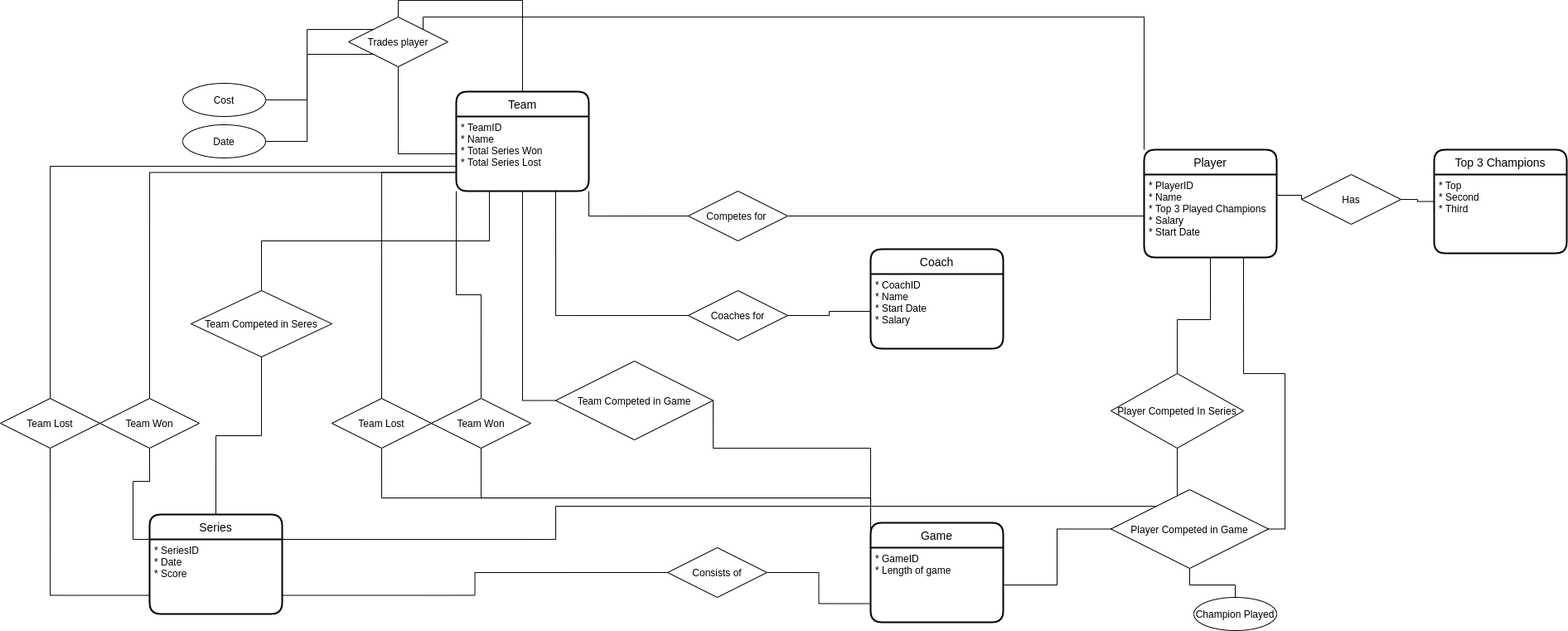
Earlier version of the draw.io export A1.png (JosephBrooksbank/databasesW2021). Source tidied: cells renumbered, new cells last; positions are measured from the earlier drawing's top-left corner, leaving out a move shared by most shapes.
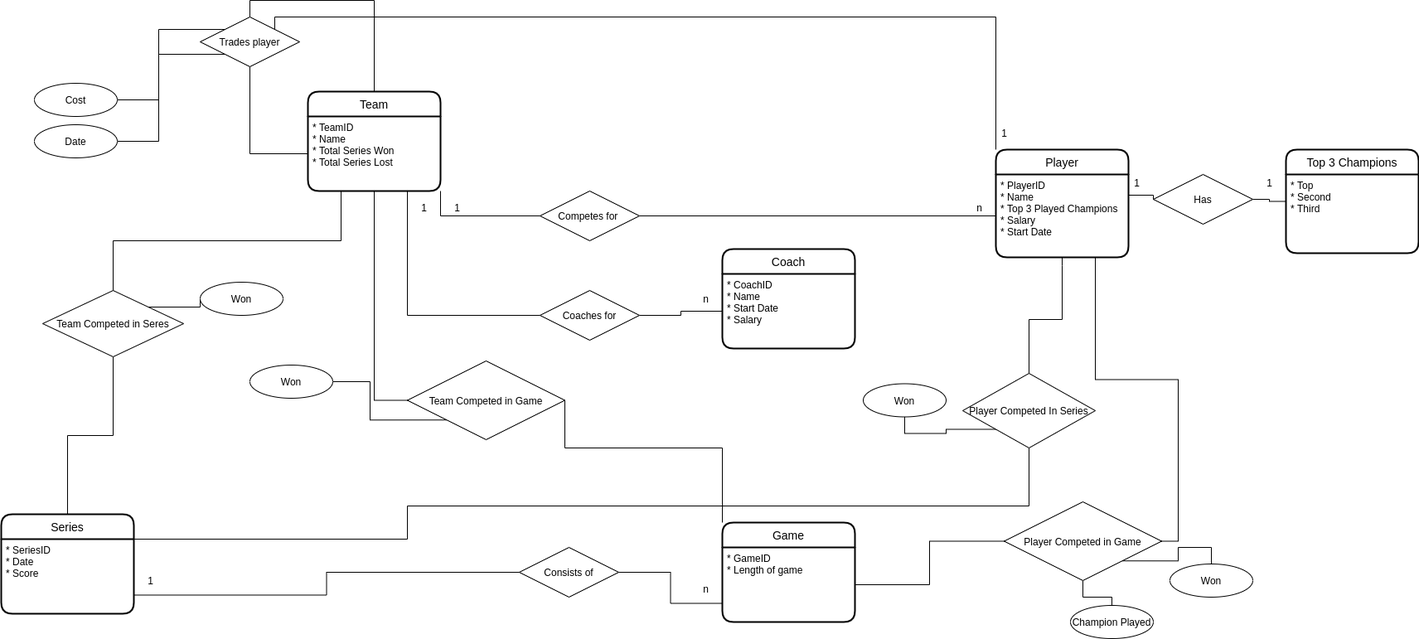
After the commit.

Change to the diagram source:
```diff
@@ -79,6 +79,9 @@
     <mxCell id="25" style="edgeStyle=orthogonalEdgeStyle;rounded=0;jettySize=auto;html=1;exitX=0.5;exitY=1;exitDx=0;exitDy=0;entryX=0.5;entryY=0;entryDx=0;entryDy=0;endArrow=none;endFill=0;" parent="1" edge="1" source="26" target="23">
       <mxGeometry relative="1" as="geometry" />
     </mxCell>
+    <mxCell id="62" style="edgeStyle=orthogonalEdgeStyle;rounded=0;jettySize=auto;html=1;exitX=1;exitY=0;exitDx=0;exitDy=0;entryX=0;entryY=0.5;entryDx=0;entryDy=0;endArrow=none;endFill=0;" parent="1" edge="1" source="26" target="75">
+      <mxGeometry relative="1" as="geometry" />
+    </mxCell>
     <mxCell id="26" value="Team Competed in Seres" style="shape=rhombus;perimeter=rhombusPerimeter;whiteSpace=wrap;html=1;align=center;" parent="1" vertex="1">
       <mxGeometry x="230" y="330" width="170" height="80" as="geometry" />
     </mxCell>
@@ -109,6 +112,9 @@
         </Array>
       </mxGeometry>
     </mxCell>
+    <mxCell id="63" style="edgeStyle=orthogonalEdgeStyle;rounded=0;jettySize=auto;html=1;exitX=0;exitY=1;exitDx=0;exitDy=0;entryX=0.5;entryY=1;entryDx=0;entryDy=0;endArrow=none;endFill=0;" parent="1" edge="1" source="34" target="76">
+      <mxGeometry relative="1" as="geometry" />
+    </mxCell>
     <mxCell id="34" value="Player Competed In Series" style="shape=rhombus;perimeter=rhombusPerimeter;whiteSpace=wrap;html=1;align=center;" parent="1" vertex="1">
       <mxGeometry x="1340" y="430" width="160" height="90" as="geometry" />
     </mxCell>
@@ -130,6 +136,9 @@
         </Array>
       </mxGeometry>
     </mxCell>
+    <mxCell id="64" style="edgeStyle=orthogonalEdgeStyle;rounded=0;jettySize=auto;html=1;exitX=0;exitY=1;exitDx=0;exitDy=0;entryX=1;entryY=0.5;entryDx=0;entryDy=0;endArrow=none;endFill=0;" parent="1" edge="1" source="38" target="74">
+      <mxGeometry relative="1" as="geometry" />
+    </mxCell>
     <mxCell id="38" value="Team Competed in Game" style="shape=rhombus;perimeter=rhombusPerimeter;whiteSpace=wrap;html=1;align=center;" parent="1" vertex="1">
       <mxGeometry x="670" y="415" width="190" height="95" as="geometry" />
     </mxCell>
@@ -142,8 +151,11 @@
     <mxCell id="41" style="edgeStyle=orthogonalEdgeStyle;rounded=0;jettySize=auto;html=1;exitX=0.5;exitY=1;exitDx=0;exitDy=0;entryX=0.5;entryY=0;entryDx=0;entryDy=0;endArrow=none;endFill=0;" parent="1" edge="1" source="42" target="55">
       <mxGeometry relative="1" as="geometry" />
     </mxCell>
+    <mxCell id="65" style="edgeStyle=orthogonalEdgeStyle;rounded=0;jettySize=auto;html=1;exitX=1;exitY=1;exitDx=0;exitDy=0;entryX=0.5;entryY=0;entryDx=0;entryDy=0;endArrow=none;endFill=0;" parent="1" edge="1" source="42" target="77">
+      <mxGeometry relative="1" as="geometry" />
+    </mxCell>
     <mxCell id="42" value="Player Competed in Game" style="shape=rhombus;perimeter=rhombusPerimeter;whiteSpace=wrap;html=1;align=center;" parent="1" vertex="1">
-      <mxGeometry x="1340" y="570" width="190" height="95" as="geometry" />
+      <mxGeometry x="1390" y="585" width="190" height="95" as="geometry" />
     </mxCell>
     <mxCell id="43" style="edgeStyle=orthogonalEdgeStyle;rounded=0;jettySize=auto;html=1;exitX=0.75;exitY=1;exitDx=0;exitDy=0;entryX=1;entryY=0.5;entryDx=0;entryDy=0;endArrow=none;endFill=0;" parent="1" edge="1" source="8" target="42">
       <mxGeometry relative="1" as="geometry" />
@@ -163,51 +175,47 @@
     <mxCell id="48" style="edgeStyle=orthogonalEdgeStyle;rounded=0;jettySize=auto;html=1;exitX=1;exitY=0.25;exitDx=0;exitDy=0;entryX=0;entryY=0.5;entryDx=0;entryDy=0;endArrow=none;endFill=0;" parent="1" edge="1" source="8" target="45">
       <mxGeometry relative="1" as="geometry" />
     </mxCell>
-    <mxCell id="49" style="edgeStyle=orthogonalEdgeStyle;rounded=0;jettySize=auto;html=1;exitX=0.5;exitY=1;exitDx=0;exitDy=0;entryX=0;entryY=0;entryDx=0;entryDy=0;endArrow=none;endFill=0;" parent="1" edge="1" source="50" target="31">
-      <mxGeometry relative="1" as="geometry" />
-    </mxCell>
-    <mxCell id="50" value="Team Won" style="shape=rhombus;perimeter=rhombusPerimeter;whiteSpace=wrap;html=1;align=center;" parent="1" vertex="1">
-      <mxGeometry x="520" y="460" width="120" height="60" as="geometry" />
-    </mxCell>
-    <mxCell id="51" style="edgeStyle=orthogonalEdgeStyle;rounded=0;jettySize=auto;html=1;exitX=0.5;exitY=1;exitDx=0;exitDy=0;endArrow=none;endFill=0;" parent="1" edge="1" source="52">
-      <mxGeometry relative="1" as="geometry">
-        <mxPoint x="1050" y="640" as="targetPoint" />
-      </mxGeometry>
-    </mxCell>
-    <mxCell id="52" value="Team Lost" style="shape=rhombus;perimeter=rhombusPerimeter;whiteSpace=wrap;html=1;align=center;" parent="1" vertex="1">
-      <mxGeometry x="400" y="460" width="120" height="60" as="geometry" />
-    </mxCell>
-    <mxCell id="53" style="edgeStyle=orthogonalEdgeStyle;rounded=0;jettySize=auto;html=1;exitX=0;exitY=1;exitDx=0;exitDy=0;entryX=0.5;entryY=0;entryDx=0;entryDy=0;endArrow=none;endFill=0;" parent="1" edge="1" source="5" target="50">
-      <mxGeometry relative="1" as="geometry" />
-    </mxCell>
-    <mxCell id="54" style="edgeStyle=orthogonalEdgeStyle;rounded=0;jettySize=auto;html=1;exitX=0;exitY=0.75;exitDx=0;exitDy=0;entryX=0.5;entryY=0;entryDx=0;entryDy=0;endArrow=none;endFill=0;" parent="1" edge="1" source="5" target="52">
-      <mxGeometry relative="1" as="geometry" />
-    </mxCell>
     <mxCell id="55" value="Champion Played" style="ellipse;whiteSpace=wrap;html=1;align=center;" parent="1" vertex="1">
-      <mxGeometry x="1440" y="700" width="100" height="40" as="geometry" />
+      <mxGeometry x="1470" y="710" width="100" height="40" as="geometry" />
     </mxCell>
-    <mxCell id="56" style="edgeStyle=orthogonalEdgeStyle;rounded=0;jettySize=auto;html=1;exitX=0.5;exitY=1;exitDx=0;exitDy=0;entryX=0;entryY=0.25;entryDx=0;entryDy=0;endArrow=none;endFill=0;" parent="1" edge="1" source="57" target="23">
-      <mxGeometry relative="1" as="geometry" />
-    </mxCell>
-    <mxCell id="57" value="Team Won" style="shape=rhombus;perimeter=rhombusPerimeter;whiteSpace=wrap;html=1;align=center;" parent="1" vertex="1">
-      <mxGeometry x="120" y="460" width="120" height="60" as="geometry" />
-    </mxCell>
-    <mxCell id="58" style="edgeStyle=orthogonalEdgeStyle;rounded=0;jettySize=auto;html=1;exitX=0.5;exitY=1;exitDx=0;exitDy=0;entryX=0;entryY=0.75;entryDx=0;entryDy=0;endArrow=none;endFill=0;" parent="1" edge="1" source="59" target="24">
-      <mxGeometry relative="1" as="geometry" />
-    </mxCell>
-    <mxCell id="59" value="Team Lost" style="shape=rhombus;perimeter=rhombusPerimeter;whiteSpace=wrap;html=1;align=center;" parent="1" vertex="1">
-      <mxGeometry y="460" width="120" height="60" as="geometry" />
-    </mxCell>
-    <mxCell id="60" style="edgeStyle=orthogonalEdgeStyle;rounded=0;jettySize=auto;html=1;exitX=0;exitY=0.5;exitDx=0;exitDy=0;endArrow=none;endFill=0;" parent="1" edge="1" source="5" target="59">
-      <mxGeometry relative="1" as="geometry">
-        <Array as="points">
-          <mxPoint x="550" y="180" />
-          <mxPoint x="60" y="180" />
-        </Array>
-      </mxGeometry>
-    </mxCell>
-    <mxCell id="61" style="edgeStyle=orthogonalEdgeStyle;rounded=0;jettySize=auto;html=1;exitX=0;exitY=0.75;exitDx=0;exitDy=0;entryX=0.5;entryY=0;entryDx=0;entryDy=0;endArrow=none;endFill=0;" parent="1" edge="1" source="5" target="57">
-      <mxGeometry relative="1" as="geometry" />
-    </mxCell>
+    <mxCell id="66" value="1" style="text;html=1;align=center;verticalAlign=middle;" parent="1" vertex="1">
+      <mxGeometry x="720" y="220" width="20" height="20" as="geometry" />
+    </mxCell>
+    <mxCell id="67" value="1" style="text;html=1;align=center;verticalAlign=middle;" parent="1" vertex="1">
+      <mxGeometry x="680" y="220" width="20" height="20" as="geometry" />
+    </mxCell>
+    <mxCell id="68" value="n" style="text;html=1;align=center;verticalAlign=middle;" parent="1" vertex="1">
+      <mxGeometry x="1350" y="220" width="20" height="20" as="geometry" />
+    </mxCell>
+    <mxCell id="69" value="n" style="text;html=1;align=center;verticalAlign=middle;" parent="1" vertex="1">
+      <mxGeometry x="1020" y="330" width="20" height="20" as="geometry" />
+    </mxCell>
+    <mxCell id="70" value="1" style="text;html=1;align=center;verticalAlign=middle;" parent="1" vertex="1">
+      <mxGeometry x="1540" y="190" width="20" height="20" as="geometry" />
+    </mxCell>
+    <mxCell id="71" value="1" style="text;html=1;align=center;verticalAlign=middle;" parent="1" vertex="1">
+      <mxGeometry x="1700" y="190" width="20" height="20" as="geometry" />
+    </mxCell>
+    <mxCell id="72" value="1" style="text;html=1;align=center;verticalAlign=middle;" parent="1" vertex="1">
+      <mxGeometry x="350" y="670" width="20" height="20" as="geometry" />
+    </mxCell>
+    <mxCell id="73" value="n" style="text;html=1;align=center;verticalAlign=middle;" parent="1" vertex="1">
+      <mxGeometry x="1020" y="680" width="20" height="20" as="geometry" />
+    </mxCell>
+    <mxCell id="74" value="Won" style="ellipse;whiteSpace=wrap;html=1;align=center;" parent="1" vertex="1">
+      <mxGeometry x="480" y="420" width="100" height="40" as="geometry" />
+    </mxCell>
+    <mxCell id="75" value="Won" style="ellipse;whiteSpace=wrap;html=1;align=center;" parent="1" vertex="1">
+      <mxGeometry x="420" y="320" width="100" height="40" as="geometry" />
+    </mxCell>
+    <mxCell id="76" value="Won" style="ellipse;whiteSpace=wrap;html=1;align=center;" parent="1" vertex="1">
+      <mxGeometry x="1220" y="442.5" width="100" height="40" as="geometry" />
+    </mxCell>
+    <mxCell id="77" value="Won" style="ellipse;whiteSpace=wrap;html=1;align=center;" parent="1" vertex="1">
+      <mxGeometry x="1590" y="660" width="100" height="40" as="geometry" />
+    </mxCell>
+    <mxCell id="78" value="1" style="text;html=1;align=center;verticalAlign=middle;" parent="1" vertex="1">
+      <mxGeometry x="1380" y="130" width="20" height="20" as="geometry" />
+    </mxCell>
   </root>
 </mxGraphModel>
```
